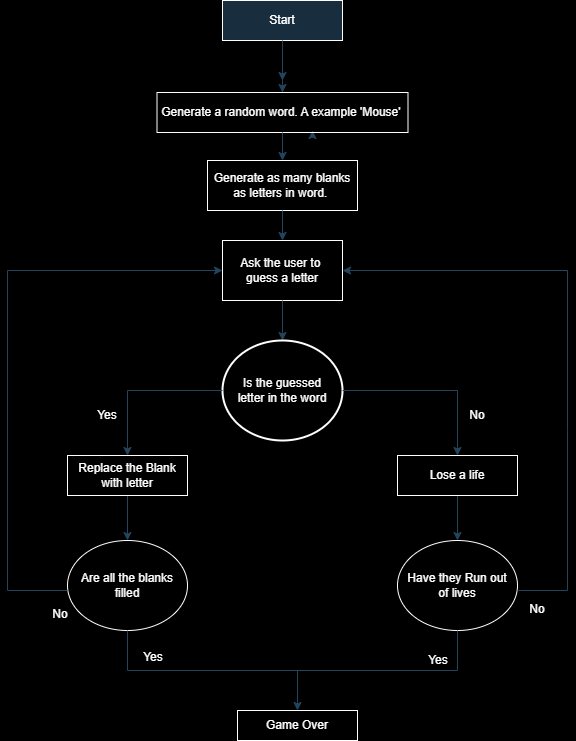
This is Project 7_Hangman.drawio.png from Leviblackark/Python-Projects, a draw.io export, as it was before one commit. Source tidied: cells renumbered, new cells last; positions are measured from the earlier drawing's top-left corner, leaving out a move shared by most shapes.
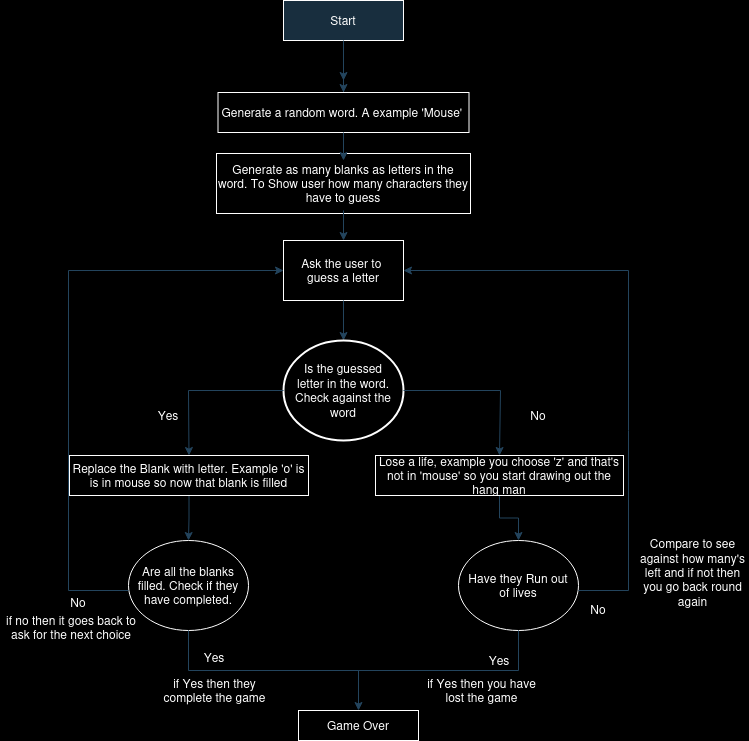
The same file after the commit.

The edit, as a diff of the source:
```diff
@@ -5,11 +5,6 @@
     <mxCell id="2" value="Start" style="rounded=0;whiteSpace=wrap;html=1;fontSize=12;glass=0;strokeWidth=1;shadow=0;labelBackgroundColor=none;fillColor=#182E3E;strokeColor=#FFFFFF;fontColor=#FFFFFF;" parent="1" vertex="1">
       <mxGeometry x="215" width="120" height="40" as="geometry" />
     </mxCell>
-    <mxCell id="3" style="edgeStyle=orthogonalEdgeStyle;rounded=0;jettySize=auto;html=1;exitX=0.75;exitY=1;exitDx=0;exitDy=0;labelBackgroundColor=none;fontColor=default;strokeColor=#23445D;" parent="1" edge="1" source="5">
-      <mxGeometry relative="1" as="geometry">
-        <mxPoint x="305" y="130" as="targetPoint" />
-      </mxGeometry>
-    </mxCell>
     <mxCell id="4" style="edgeStyle=orthogonalEdgeStyle;rounded=0;jettySize=auto;html=1;labelBackgroundColor=none;fontColor=default;strokeColor=#23445D;" parent="1" edge="1" source="5">
       <mxGeometry relative="1" as="geometry">
         <mxPoint x="275" y="80" as="targetPoint" />
@@ -18,8 +13,8 @@
     <mxCell id="5" value="Generate a random&amp;nbsp;&lt;span style=&quot;background-color: initial;&quot;&gt;word. A example 'Mouse'&amp;nbsp;&lt;/span&gt;" style="rounded=0;whiteSpace=wrap;html=1;labelBackgroundColor=none;fillColor=none;strokeColor=#FFFFFF;fontColor=#FFFFFF;" parent="1" vertex="1">
       <mxGeometry x="149.5" y="92" width="251" height="40" as="geometry" />
     </mxCell>
-    <mxCell id="6" value="Generate as many blanks as letters in word.&amp;nbsp;" style="rounded=0;whiteSpace=wrap;html=1;labelBackgroundColor=none;fillColor=none;strokeColor=#FFFFFF;fontColor=#FFFFFF;" parent="1" vertex="1">
-      <mxGeometry x="200" y="160" width="150" height="50" as="geometry" />
+    <mxCell id="6" value="Generate as many blanks as letters in the word. To Show user how many characters they have to guess" style="rounded=0;whiteSpace=wrap;html=1;labelBackgroundColor=none;fillColor=none;strokeColor=#FFFFFF;fontColor=#FFFFFF;" parent="1" vertex="1">
+      <mxGeometry x="148" y="153" width="254" height="60" as="geometry" />
     </mxCell>
     <mxCell id="7" style="endArrow=classic;html=1;rounded=0;entryX=0.5;entryY=0;entryDx=0;entryDy=0;exitX=0.5;exitY=1;exitDx=0;exitDy=0;labelBackgroundColor=none;fontColor=default;strokeColor=#23445D;" parent="1" edge="1" source="2" target="5">
       <mxGeometry relative="1" as="geometry">
@@ -48,20 +43,25 @@
         <mxPoint x="275" y="340" as="targetPoint" />
       </mxGeometry>
     </mxCell>
-    <mxCell id="12" value="Is the guessed&lt;div&gt;letter in the word&lt;/div&gt;" style="strokeWidth=2;html=1;shape=mxgraph.flowchart.start_2;whiteSpace=wrap;rounded=0;labelBackgroundColor=none;fillColor=none;strokeColor=#FFFFFF;fontColor=#FFFFFF;" parent="1" vertex="1">
+    <mxCell id="12" value="Is the guessed&lt;div&gt;letter in the word. Check against the word&lt;br&gt;&lt;/div&gt;" style="strokeWidth=2;html=1;shape=mxgraph.flowchart.start_2;whiteSpace=wrap;rounded=0;labelBackgroundColor=none;fillColor=none;strokeColor=#FFFFFF;fontColor=#FFFFFF;" parent="1" vertex="1">
       <mxGeometry x="215" y="340" width="120" height="100" as="geometry" />
     </mxCell>
     <mxCell id="13" style="edgeStyle=orthogonalEdgeStyle;rounded=0;jettySize=auto;html=1;labelBackgroundColor=none;fontColor=default;strokeColor=#23445D;" parent="1" edge="1" source="14" target="22">
       <mxGeometry relative="1" as="geometry" />
     </mxCell>
+    <mxCell id="32" style="edgeStyle=orthogonalEdgeStyle;rounded=0;jettySize=auto;html=1;exitX=0;exitY=0.5;exitDx=0;exitDy=0;" parent="1" edge="1" source="14">
+      <mxGeometry relative="1" as="geometry">
+        <mxPoint x="322" y="475" as="targetPoint" />
+      </mxGeometry>
+    </mxCell>
-    <mxCell id="14" value="Lose a life" style="rounded=0;whiteSpace=wrap;html=1;labelBackgroundColor=none;fillColor=none;strokeColor=#FFFFFF;fontColor=#FFFFFF;" parent="1" vertex="1">
-      <mxGeometry x="390" y="455" width="120" height="40" as="geometry" />
+    <mxCell id="14" value="Lose a life, example you choose 'z' and that's not in 'mouse' so you start drawing out the hang man" style="rounded=0;whiteSpace=wrap;html=1;labelBackgroundColor=none;fillColor=none;strokeColor=#FFFFFF;fontColor=#FFFFFF;" parent="1" vertex="1">
+      <mxGeometry x="307" y="455" width="248" height="40" as="geometry" />
     </mxCell>
     <mxCell id="15" style="edgeStyle=orthogonalEdgeStyle;rounded=0;jettySize=auto;html=1;labelBackgroundColor=none;fontColor=default;strokeColor=#23445D;" parent="1" edge="1" source="16" target="21">
       <mxGeometry relative="1" as="geometry" />
     </mxCell>
-    <mxCell id="16" value="Replace the Blank with letter" style="rounded=0;whiteSpace=wrap;html=1;labelBackgroundColor=none;fillColor=none;strokeColor=#FFFFFF;fontColor=#FFFFFF;" parent="1" vertex="1">
-      <mxGeometry x="60" y="455" width="120" height="40" as="geometry" />
+    <mxCell id="16" value="Replace the Blank with letter. Example 'o' is is in mouse so now that blank is filled" style="rounded=0;whiteSpace=wrap;html=1;labelBackgroundColor=none;fillColor=none;strokeColor=#FFFFFF;fontColor=#FFFFFF;" parent="1" vertex="1">
+      <mxGeometry x="1" y="455" width="239" height="40" as="geometry" />
     </mxCell>
     <mxCell id="17" style="endArrow=classic;html=1;rounded=0;entryX=0.5;entryY=0;entryDx=0;entryDy=0;labelBackgroundColor=none;fontColor=default;strokeColor=#23445D;" parent="1" edge="1" target="16">
       <mxGeometry relative="1" as="geometry">
@@ -75,7 +75,7 @@
       <mxGeometry relative="1" as="geometry">
         <mxPoint x="335" y="390" as="sourcePoint" />
         <Array as="points">
-          <mxPoint x="450" y="390" />
+          <mxPoint x="432" y="390" />
         </Array>
       </mxGeometry>
     </mxCell>
@@ -85,7 +85,7 @@
     <mxCell id="20" value="Yes" style="text;strokeColor=none;align=center;fillColor=none;html=1;verticalAlign=middle;whiteSpace=wrap;rounded=0;labelBackgroundColor=none;fontColor=#FFFFFF;" parent="1" vertex="1">
       <mxGeometry x="70" y="400" width="60" height="30" as="geometry" />
     </mxCell>
-    <mxCell id="21" value="Are all the blanks filled" style="ellipse;whiteSpace=wrap;html=1;rounded=0;labelBackgroundColor=none;fillColor=none;strokeColor=#FFFFFF;fontColor=#FFFFFF;" parent="1" vertex="1">
+    <mxCell id="21" value="Are all the blanks filled. Check if they have completed. " style="ellipse;whiteSpace=wrap;html=1;rounded=0;labelBackgroundColor=none;fillColor=none;strokeColor=#FFFFFF;fontColor=#FFFFFF;" parent="1" vertex="1">
       <mxGeometry x="60" y="540" width="120" height="90" as="geometry" />
     </mxCell>
     <mxCell id="22" value="Have they Run out&lt;div&gt;of lives&lt;/div&gt;" style="ellipse;whiteSpace=wrap;html=1;rounded=0;labelBackgroundColor=none;fillColor=none;strokeColor=#FFFFFF;fontColor=#FFFFFF;" parent="1" vertex="1">
@@ -128,7 +128,7 @@
       </mxGeometry>
     </mxCell>
     <mxCell id="28" value="No" style="text;strokeColor=none;align=center;fillColor=none;html=1;verticalAlign=middle;whiteSpace=wrap;rounded=0;labelBackgroundColor=none;fontColor=#FFFFFF;" parent="1" vertex="1">
-      <mxGeometry x="23" y="599" width="60" height="30" as="geometry" />
+      <mxGeometry x="-20" y="587" width="60" height="30" as="geometry" />
     </mxCell>
     <mxCell id="29" value="No" style="text;strokeColor=none;align=center;fillColor=none;html=1;verticalAlign=middle;whiteSpace=wrap;rounded=0;labelBackgroundColor=none;fontColor=#FFFFFF;" parent="1" vertex="1">
       <mxGeometry x="500" y="594" width="60" height="30" as="geometry" />
@@ -139,5 +139,28 @@
     <mxCell id="31" value="Yes" style="text;strokeColor=none;align=center;fillColor=none;html=1;verticalAlign=middle;whiteSpace=wrap;rounded=0;labelBackgroundColor=none;fontColor=#FFFFFF;" parent="1" vertex="1">
       <mxGeometry x="401" y="645" width="60" height="30" as="geometry" />
     </mxCell>
+    <mxCell id="33" value="if Yes then they complete the game" style="text;strokeColor=none;align=center;fillColor=none;html=1;verticalAlign=middle;whiteSpace=wrap;rounded=0;labelBackgroundColor=none;fontColor=#FFFFFF;" parent="1" vertex="1">
+      <mxGeometry x="83" y="675" width="127" height="30" as="geometry" />
+    </mxCell>
+    <mxCell id="34" style="edgeStyle=orthogonalEdgeStyle;rounded=0;jettySize=auto;html=1;exitX=0.5;exitY=1;exitDx=0;exitDy=0;" parent="1" edge="1" source="35">
+      <mxGeometry relative="1" as="geometry">
+        <mxPoint x="-12" y="629" as="targetPoint" />
+      </mxGeometry>
+    </mxCell>
+    <mxCell id="35" value="if no then it goes back to ask for the next choice" style="text;strokeColor=none;align=center;fillColor=none;html=1;verticalAlign=middle;whiteSpace=wrap;rounded=0;labelBackgroundColor=none;fontColor=#FFFFFF;" parent="1" vertex="1">
+      <mxGeometry x="-68" y="612" width="141.5" height="30" as="geometry" />
+    </mxCell>
+    <mxCell id="36" style="edgeStyle=orthogonalEdgeStyle;rounded=0;orthogonalLoop=1;jettySize=auto;html=1;exitX=0.75;exitY=1;exitDx=0;exitDy=0;" parent="1" edge="1" source="35" target="35">
+      <mxGeometry relative="1" as="geometry" />
+    </mxCell>
+    <mxCell id="37" value="Compare to see against how many's left and if not then you go back round again " style="text;strokeColor=none;align=center;fillColor=none;html=1;verticalAlign=middle;whiteSpace=wrap;rounded=0;labelBackgroundColor=none;fontColor=#FFFFFF;" parent="1" vertex="1">
+      <mxGeometry x="568" y="524" width="113" height="95" as="geometry" />
+    </mxCell>
+    <mxCell id="38" style="edgeStyle=orthogonalEdgeStyle;rounded=0;orthogonalLoop=1;jettySize=auto;html=1;exitX=0.5;exitY=0;exitDx=0;exitDy=0;entryX=0.611;entryY=0.167;entryDx=0;entryDy=0;entryPerimeter=0;" parent="1" edge="1" source="37" target="37">
+      <mxGeometry relative="1" as="geometry" />
+    </mxCell>
+    <mxCell id="39" value="if Yes then you have lost the game" style="text;strokeColor=none;align=center;fillColor=none;html=1;verticalAlign=middle;whiteSpace=wrap;rounded=0;labelBackgroundColor=none;fontColor=#FFFFFF;" parent="1" vertex="1">
+      <mxGeometry x="350" y="675" width="127" height="30" as="geometry" />
+    </mxCell>
   </root>
 </mxGraphModel>
```
